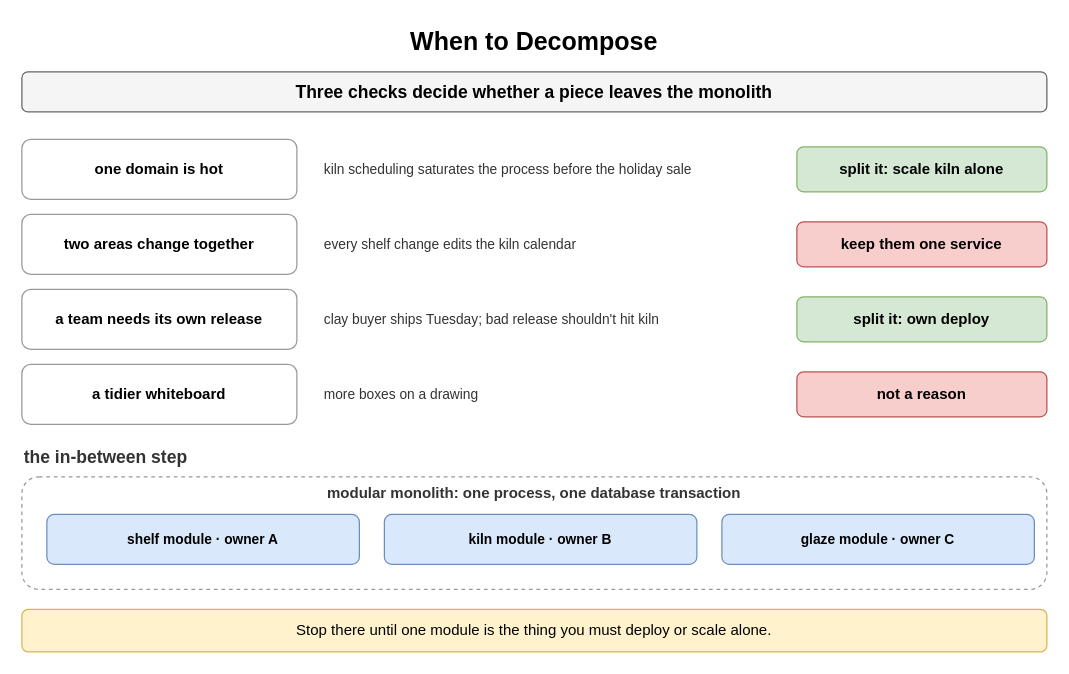
Above: page "When to Decompose" (2 of 9) of content/09_System_Design_Interview/12_Microservices_and_System_Decomposition/diagrams/microservices.drawio in amendez13/swe-study-guide (draw.io), before the change. Source tidied: cells renumbered, new cells numbered last; positions are measured from the earlier drawing's top-left corner, leaving out a move shared by most shapes. Both pictures are drawn from the tidied source at 125%, with x=0, y=0 at pixel (21, 21).
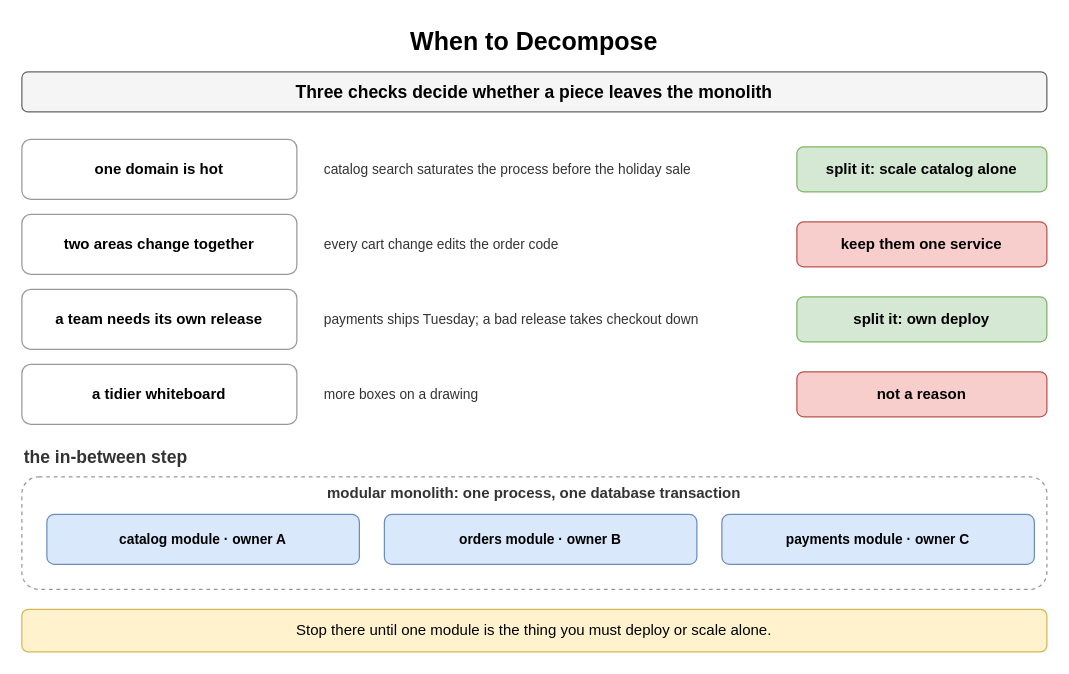
The same page after the edit.

The edit, as a diff of the source:
```diff
@@
-    <mxCell id="5" value="kiln scheduling saturates the process before the holiday sale" style="text;html=1;whiteSpace=wrap;fontSize=11;align=left;verticalAlign=middle;fontSize=11;fontColor=#333333;" parent="1" vertex="1">
+    <mxCell id="5" value="catalog search saturates the process before the holiday sale" style="text;html=1;whiteSpace=wrap;fontSize=11;align=left;verticalAlign=middle;fontSize=11;fontColor=#333333;" parent="1" vertex="1">
       <mxGeometry x="240" y="94" width="360" height="48" as="geometry" />
     </mxCell>
-    <mxCell id="6" value="split it: scale kiln alone" style="rounded=1;whiteSpace=wrap;html=1;fillColor=#d5e8d4;strokeColor=#82b366;fontSize=12;align=center;fontStyle=1;" parent="1" vertex="1">
+    <mxCell id="6" value="split it: scale catalog alone" style="rounded=1;whiteSpace=wrap;html=1;fillColor=#d5e8d4;strokeColor=#82b366;fontSize=12;align=center;fontStyle=1;" parent="1" vertex="1">
       <mxGeometry x="620" y="100" width="200" height="36" as="geometry" />
     </mxCell>
@@
-    <mxCell id="8" value="every shelf change edits the kiln calendar" style="text;html=1;whiteSpace=wrap;fontSize=11;align=left;verticalAlign=middle;fontSize=11;fontColor=#333333;" parent="1" vertex="1">
+    <mxCell id="8" value="every cart change edits the order code" style="text;html=1;whiteSpace=wrap;fontSize=11;align=left;verticalAlign=middle;fontSize=11;fontColor=#333333;" parent="1" vertex="1">
       <mxGeometry x="240" y="154" width="360" height="48" as="geometry" />
     </mxCell>
@@
-    <mxCell id="11" value="clay buyer ships Tuesday; bad release shouldn't hit kiln" style="text;html=1;whiteSpace=wrap;fontSize=11;align=left;verticalAlign=middle;fontSize=11;fontColor=#333333;" parent="1" vertex="1">
+    <mxCell id="11" value="payments ships Tuesday; a bad release takes checkout down" style="text;html=1;whiteSpace=wrap;fontSize=11;align=left;verticalAlign=middle;fontSize=11;fontColor=#333333;" parent="1" vertex="1">
       <mxGeometry x="240" y="214" width="360" height="48" as="geometry" />
     </mxCell>
@@
-    <mxCell id="19" value="shelf module · owner A" style="rounded=1;whiteSpace=wrap;html=1;fillColor=#dae8fc;strokeColor=#6c8ebf;fontSize=11;align=center;fontStyle=1;" parent="1" vertex="1">
+    <mxCell id="19" value="catalog module · owner A" style="rounded=1;whiteSpace=wrap;html=1;fillColor=#dae8fc;strokeColor=#6c8ebf;fontSize=11;align=center;fontStyle=1;" parent="1" vertex="1">
       <mxGeometry x="20" y="394" width="250" height="40" as="geometry" />
     </mxCell>
-    <mxCell id="20" value="kiln module · owner B" style="rounded=1;whiteSpace=wrap;html=1;fillColor=#dae8fc;strokeColor=#6c8ebf;fontSize=11;align=center;fontStyle=1;" parent="1" vertex="1">
+    <mxCell id="20" value="orders module · owner B" style="rounded=1;whiteSpace=wrap;html=1;fillColor=#dae8fc;strokeColor=#6c8ebf;fontSize=11;align=center;fontStyle=1;" parent="1" vertex="1">
       <mxGeometry x="290" y="394" width="250" height="40" as="geometry" />
     </mxCell>
-    <mxCell id="21" value="glaze module · owner C" style="rounded=1;whiteSpace=wrap;html=1;fillColor=#dae8fc;strokeColor=#6c8ebf;fontSize=11;align=center;fontStyle=1;" parent="1" vertex="1">
+    <mxCell id="21" value="payments module · owner C" style="rounded=1;whiteSpace=wrap;html=1;fillColor=#dae8fc;strokeColor=#6c8ebf;fontSize=11;align=center;fontStyle=1;" parent="1" vertex="1">
       <mxGeometry x="560" y="394" width="250" height="40" as="geometry" />
     </mxCell>
```
